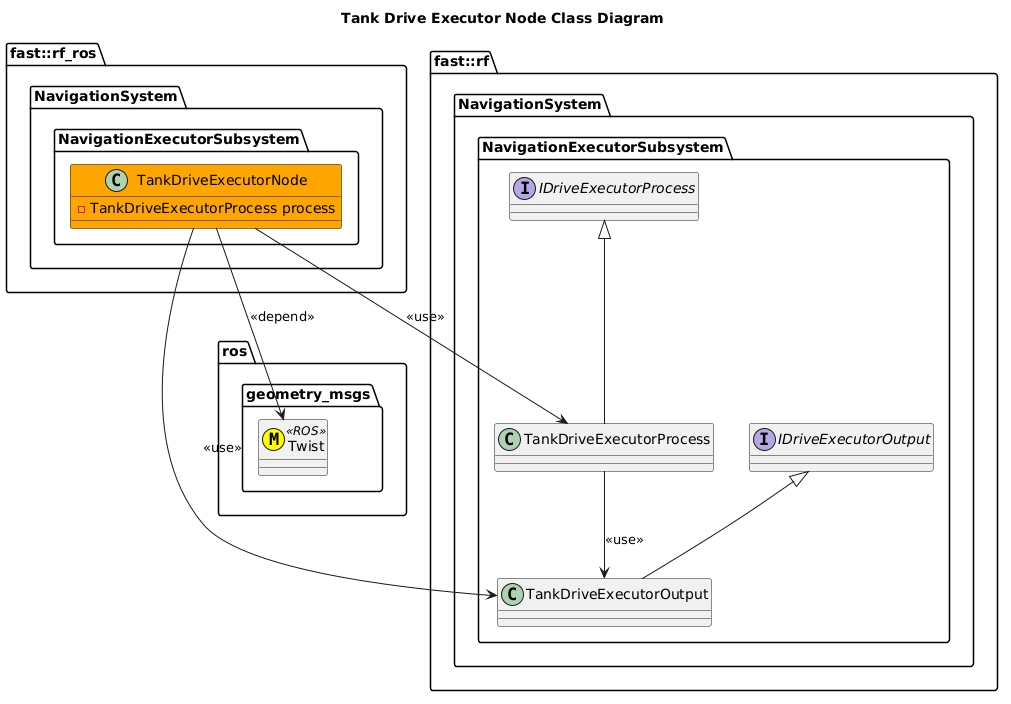
fastrobotics/robot_framework_ros keeps this PlantUML diagram as Systems/Navigation/Subsystems/NavigationExecutor/Nodes/DriveExecutor/TankDriveExecutorNode/doc/puml/TankDriveExecutorNodeClassDiagram.png. Above is the earlier version. The source it was exported from:
```plantuml
@startuml
title Tank Drive Executor Node Class Diagram

namespace ros {
  namespace geometry_msgs {
      class Twist <<(M,#FFFF00)>> <<ROS>>
  }
}
namespace fast::rf {
    namespace NavigationSystem {
        namespace NavigationExecutorSubsystem {
            interface IDriveExecutorProcess
            interface IDriveExecutorOutput
            class TankDriveExecutorProcess
            class TankDriveExecutorOutput
            TankDriveExecutorProcess -up-|> IDriveExecutorProcess

            TankDriveExecutorOutput -up-|> IDriveExecutorOutput
            TankDriveExecutorProcess --> TankDriveExecutorOutput: <<use>>
        }
    }
}
namespace fast::rf_ros {
   namespace NavigationSystem {
        namespace NavigationExecutorSubsystem {
            class TankDriveExecutorNode #Orange {
                -TankDriveExecutorProcess process
            }
            TankDriveExecutorNode --> TankDriveExecutorProcess: <<use>>
            TankDriveExecutorNode --> TankDriveExecutorOutput: <<use>>
            TankDriveExecutorNode --> Twist: <<depend>>
        }
    }
}
@enduml
```
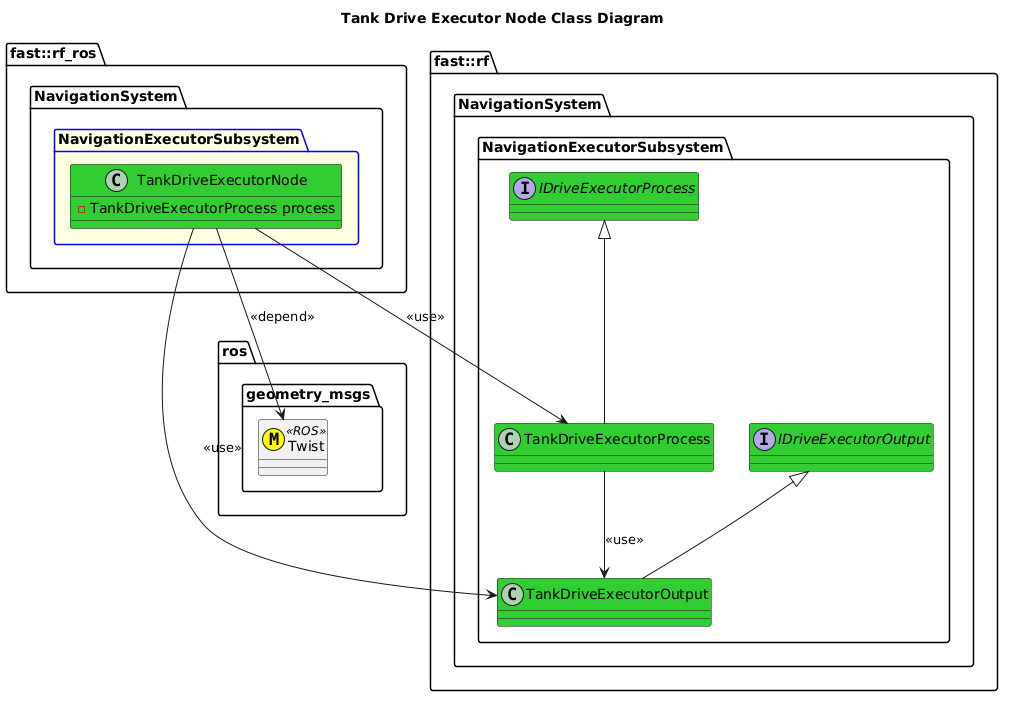
After the change.

The edit, as a diff of the source:
```diff
@@ -9,10 +9,10 @@
 namespace fast::rf {
     namespace NavigationSystem {
         namespace NavigationExecutorSubsystem {
-            interface IDriveExecutorProcess
-            interface IDriveExecutorOutput
-            class TankDriveExecutorProcess
-            class TankDriveExecutorOutput
+            interface IDriveExecutorProcess #LimeGreen {}
+            interface IDriveExecutorOutput #LimeGreen {}
+            class TankDriveExecutorProcess #LimeGreen {}
+            class TankDriveExecutorOutput #LimeGreen {}
             TankDriveExecutorProcess -up-|> IDriveExecutorProcess
 
             TankDriveExecutorOutput -up-|> IDriveExecutorOutput
@@ -22,8 +22,8 @@
 }
 namespace fast::rf_ros {
    namespace NavigationSystem {
-        namespace NavigationExecutorSubsystem {
-            class TankDriveExecutorNode #Orange {
+        package NavigationExecutorSubsystem #LightYellow;line:blue {
+            class TankDriveExecutorNode #LimeGreen {
                 -TankDriveExecutorProcess process
             }
             TankDriveExecutorNode --> TankDriveExecutorProcess: <<use>>
```
